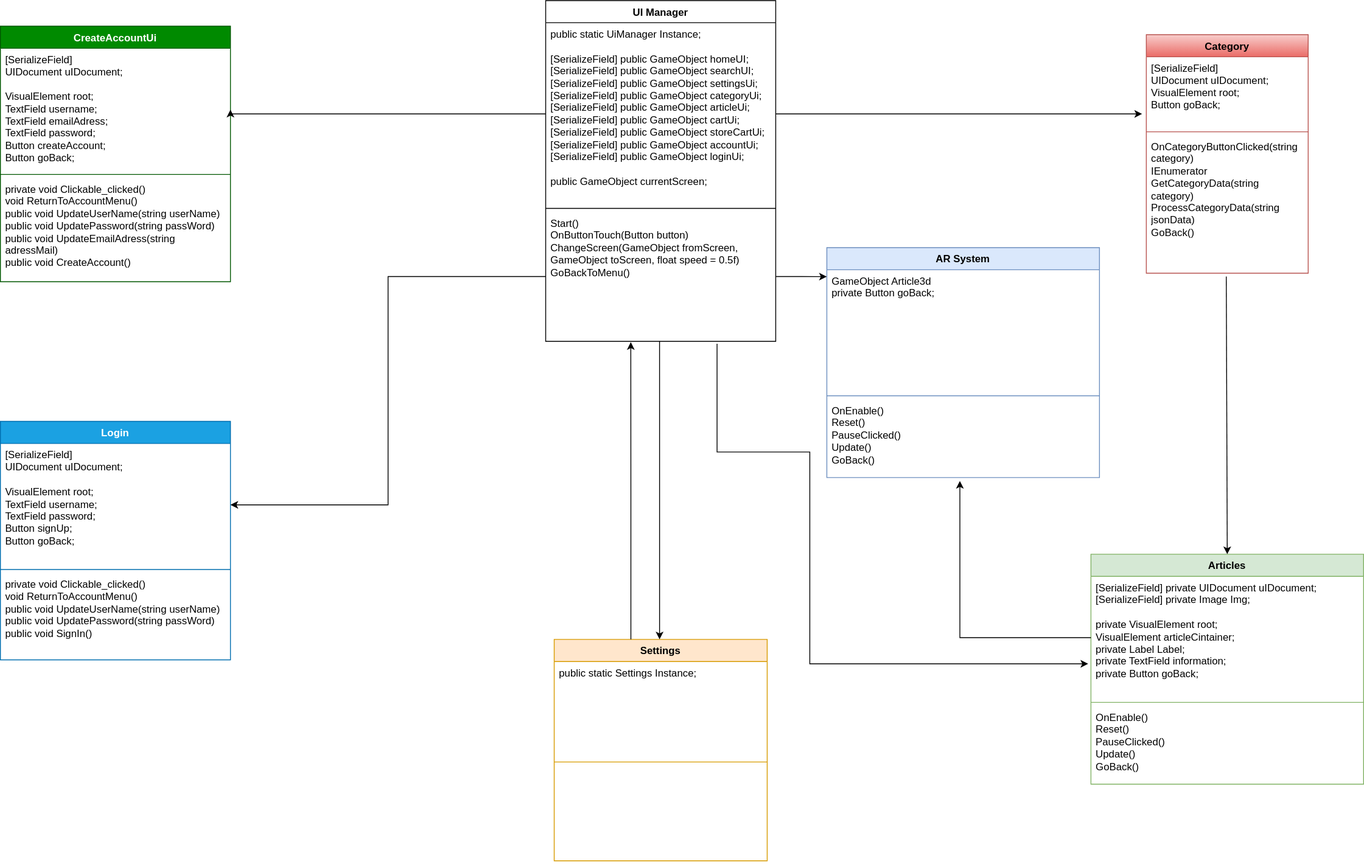
Earlier version of the draw.io export DiagrammeClass.drawio.drawio.svg (Ashura100/Projet4). Source tidied: cells renumbered, new cells last; positions are measured from the earlier drawing's top-left corner, leaving out a move shared by most shapes.
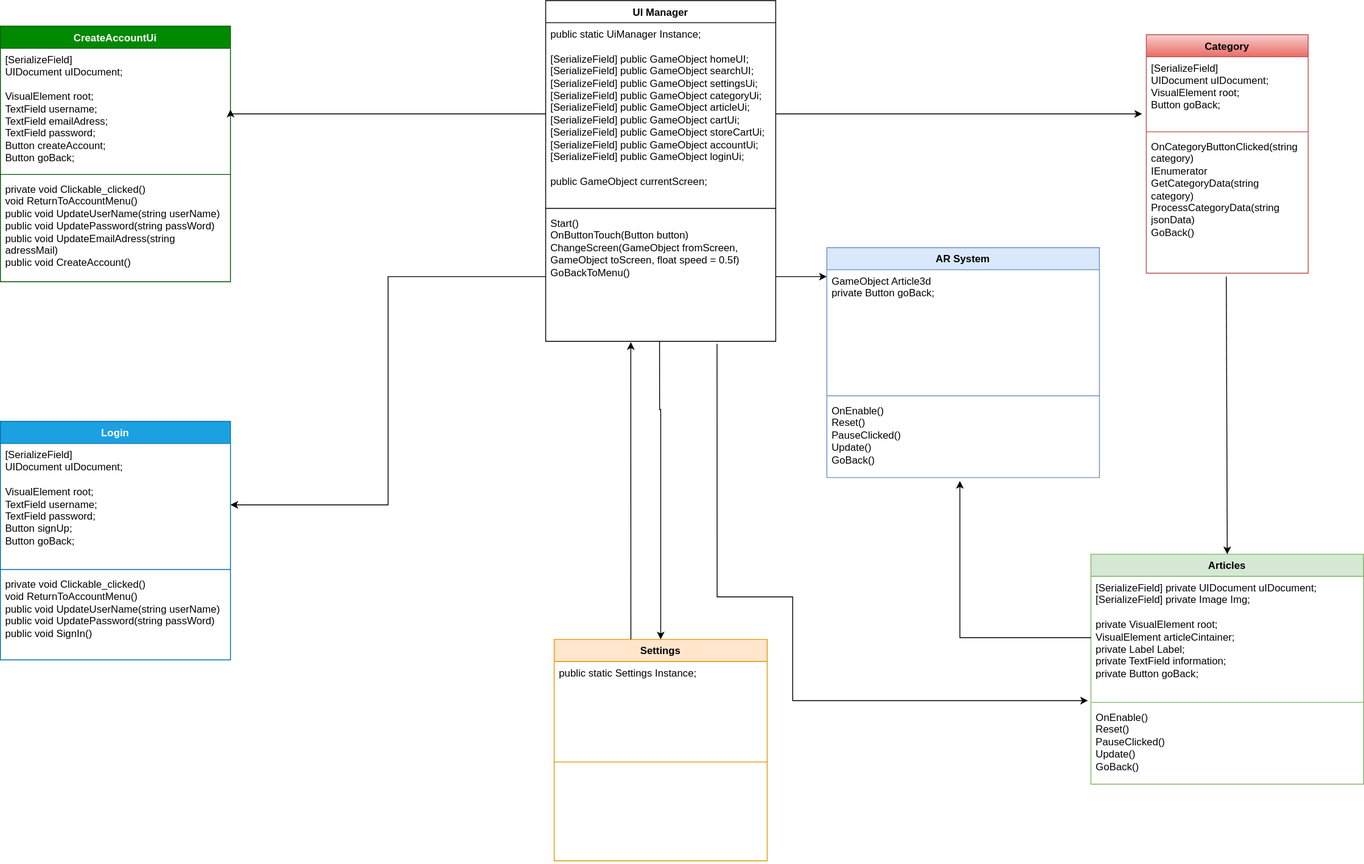
After the change.

Commit message:
Mettre à jour DiagrammeClass.drawio.drawio.svg

Change to the diagram source:
```diff
@@ -103,12 +103,12 @@
         </Array>
       </mxGeometry>
     </mxCell>
-    <mxCell id="34" style="edgeStyle=orthogonalEdgeStyle;rounded=0;jettySize=auto;html=1;entryX=-0.01;entryY=0.713;entryDx=0;entryDy=0;entryPerimeter=0;exitX=0.745;exitY=1.019;exitDx=0;exitDy=0;exitPerimeter=0;" parent="1" edge="1" source="5" target="23">
+    <mxCell id="34" style="edgeStyle=orthogonalEdgeStyle;rounded=0;jettySize=auto;html=1;entryX=-0.011;entryY=1.013;entryDx=0;entryDy=0;entryPerimeter=0;exitX=0.745;exitY=1.019;exitDx=0;exitDy=0;exitPerimeter=0;" parent="1" edge="1" source="5" target="23">
       <mxGeometry relative="1" as="geometry">
         <Array as="points">
-          <mxPoint x="841" y="530" />
-          <mxPoint x="950" y="530" />
-          <mxPoint x="950" y="779" />
+          <mxPoint x="841" y="700" />
+          <mxPoint x="930" y="700" />
+          <mxPoint x="930" y="822" />
         </Array>
       </mxGeometry>
     </mxCell>
```
